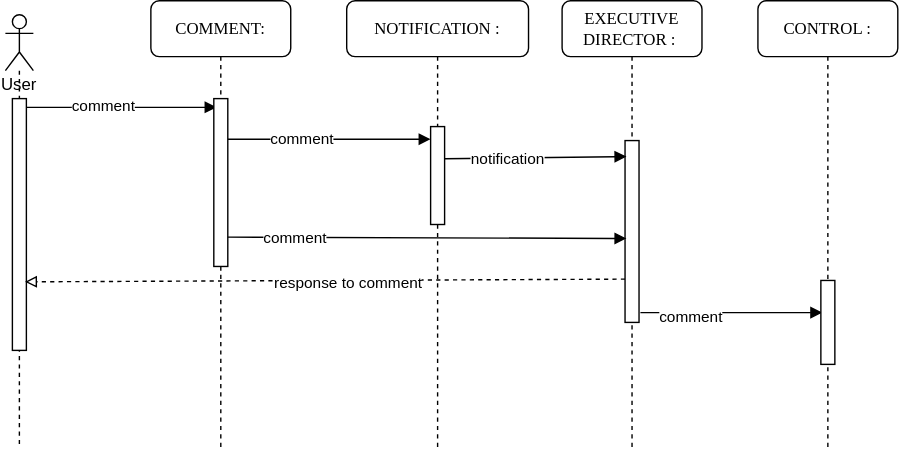
Above: comment_Sequence_Diagram.svg in samuelpilusa365/myRepo (draw.io), before the change. Source tidied: cells renumbered, new cells last; positions are measured from the earlier drawing's top-left corner, leaving out a move shared by most shapes.
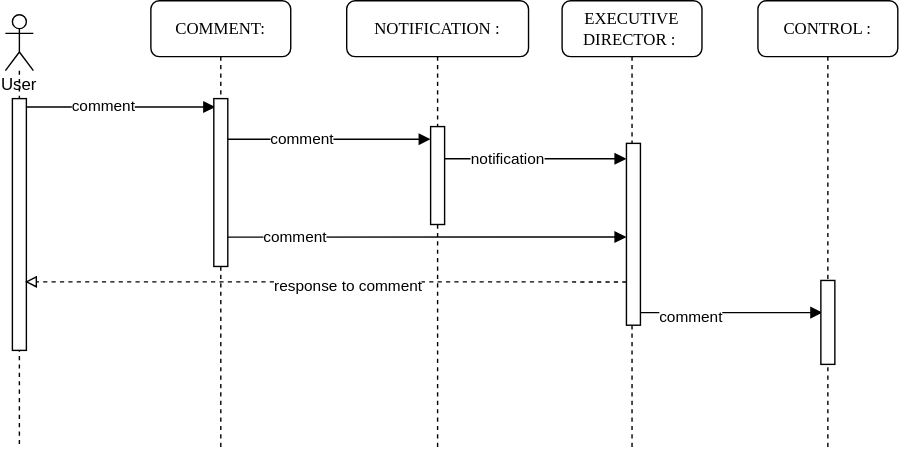
After the change.

Diff of the diagram source:
```diff
@@ -19,7 +19,7 @@
     <mxCell id="5" value="comment" style="edgeLabel;html=1;align=center;verticalAlign=middle;" parent="4" vertex="1">
       <mxGeometry x="-0.28" y="1" relative="1" as="geometry" />
     </mxCell>
-    <mxCell id="6" style="endArrow=block;endFill=1;html=1;entryX=0.2;entryY=0.052;entryDx=0;entryDy=0;entryPerimeter=0;" parent="1" edge="1" source="16" target="9">
+    <mxCell id="6" style="endArrow=block;endFill=1;html=1;entryX=0.1;entryY=0.05;entryDx=0;entryDy=0;entryPerimeter=0;" parent="1" edge="1" source="16" target="9">
       <mxGeometry relative="1" as="geometry" />
     </mxCell>
     <mxCell id="7" value="comment" style="edgeLabel;html=1;align=center;verticalAlign=middle;" parent="6" vertex="1">
@@ -41,7 +41,7 @@
       <mxGeometry x="398" width="100" height="320" as="geometry" />
     </mxCell>
     <mxCell id="13" style="html=1;points=[];perimeter=orthogonalPerimeter;rounded=0;shadow=0;comic=0;labelBackgroundColor=none;strokeWidth=1;fontFamily=Verdana;fontSize=12;align=center;" parent="12" vertex="1">
-      <mxGeometry x="45" y="100" width="10" height="130" as="geometry" />
+      <mxGeometry x="46" y="102" width="10" height="130" as="geometry" />
     </mxCell>
     <mxCell id="14" value="CONTROL :" style="shape=umlLifeline;perimeter=lifelinePerimeter;whiteSpace=wrap;html=1;rounded=1;shadow=0;comic=0;labelBackgroundColor=none;strokeWidth=1;fontFamily=Verdana;fontSize=12;align=center;" parent="1" vertex="1">
       <mxGeometry x="538" width="100" height="320" as="geometry" />
@@ -55,9 +55,10 @@
     <mxCell id="17" style="html=1;perimeter=orthogonalPerimeter;" parent="16" vertex="1">
       <mxGeometry x="5" y="60" width="10" height="180" as="geometry" />
     </mxCell>
-    <mxCell id="18" style="endArrow=block;endFill=1;html=1;exitX=1.4;exitY=0.287;exitDx=0;exitDy=0;exitPerimeter=0;entryX=0.1;entryY=0.088;entryDx=0;entryDy=0;entryPerimeter=0;" parent="1" edge="1" target="13">
+    <mxCell id="18" style="endArrow=block;endFill=1;html=1;exitX=1.4;exitY=0.287;exitDx=0;exitDy=0;exitPerimeter=0;" parent="1" edge="1">
       <mxGeometry relative="1" as="geometry">
         <mxPoint x="314" y="113" as="sourcePoint" />
+        <mxPoint x="444" y="113" as="targetPoint" />
       </mxGeometry>
     </mxCell>
     <mxCell id="19" value="notification" style="edgeLabel;html=1;align=center;verticalAlign=middle;" parent="18" vertex="1">
@@ -71,10 +72,8 @@
     <mxCell id="21" value="response to comment" style="edgeLabel;html=1;align=center;verticalAlign=middle;" parent="20" vertex="1">
       <mxGeometry x="-0.07" y="2" relative="1" as="geometry" />
     </mxCell>
-    <mxCell id="22" style="endArrow=block;endFill=1;html=1;exitX=1;exitY=0.825;exitDx=0;exitDy=0;exitPerimeter=0;" parent="1" edge="1" source="9">
-      <mxGeometry relative="1" as="geometry">
-        <mxPoint x="444" y="170" as="targetPoint" />
-      </mxGeometry>
+    <mxCell id="22" style="endArrow=block;endFill=1;html=1;exitX=1;exitY=0.825;exitDx=0;exitDy=0;exitPerimeter=0;entryX=0;entryY=0.515;entryDx=0;entryDy=0;entryPerimeter=0;" parent="1" edge="1" source="9" target="13">
+      <mxGeometry relative="1" as="geometry" />
     </mxCell>
     <mxCell id="23" value="comment" style="edgeLabel;html=1;align=center;verticalAlign=middle;" parent="22" vertex="1">
       <mxGeometry x="-0.66" relative="1" as="geometry" />
```
